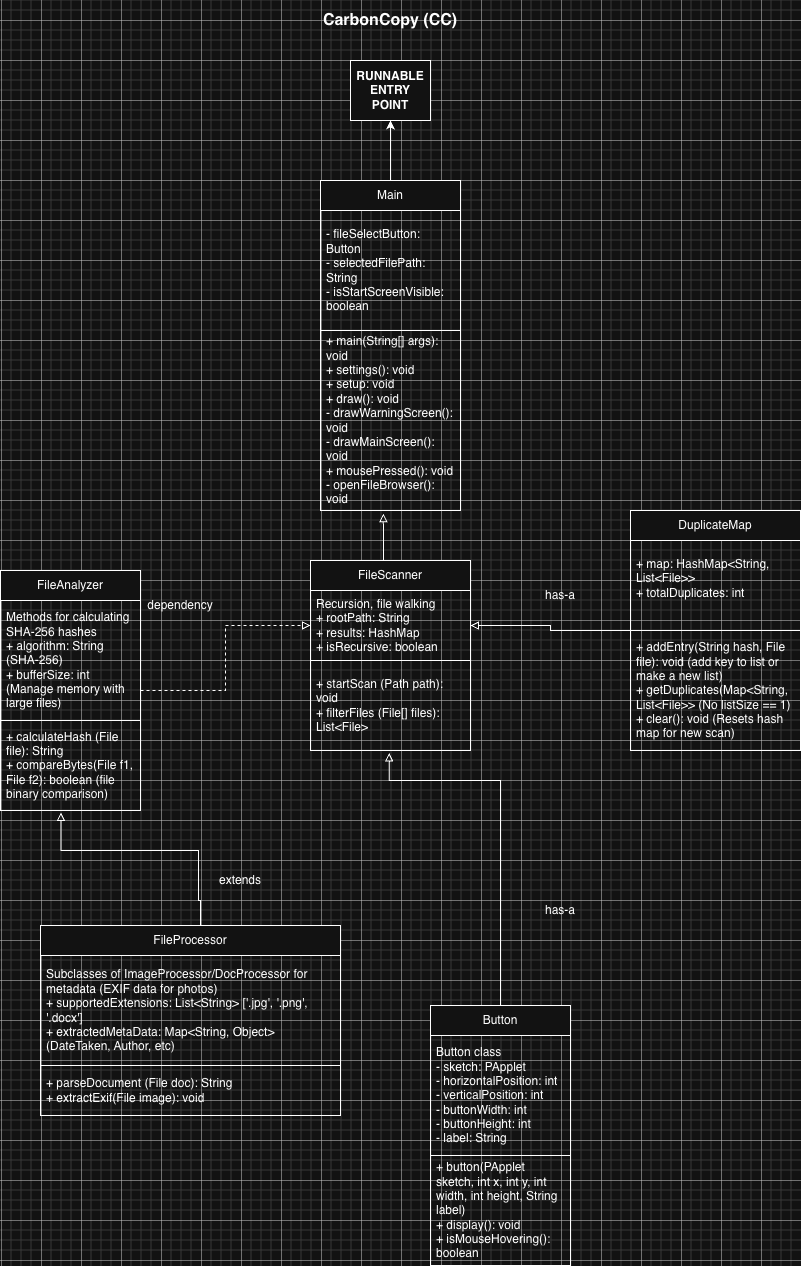
This is images/UML.png from CFlory-Programming/AdvProgrammingIndividualProject, a draw.io export, as it was before one commit. Source tidied: cells renumbered, new cells last; positions are measured from the earlier drawing's top-left corner, leaving out a move shared by most shapes.
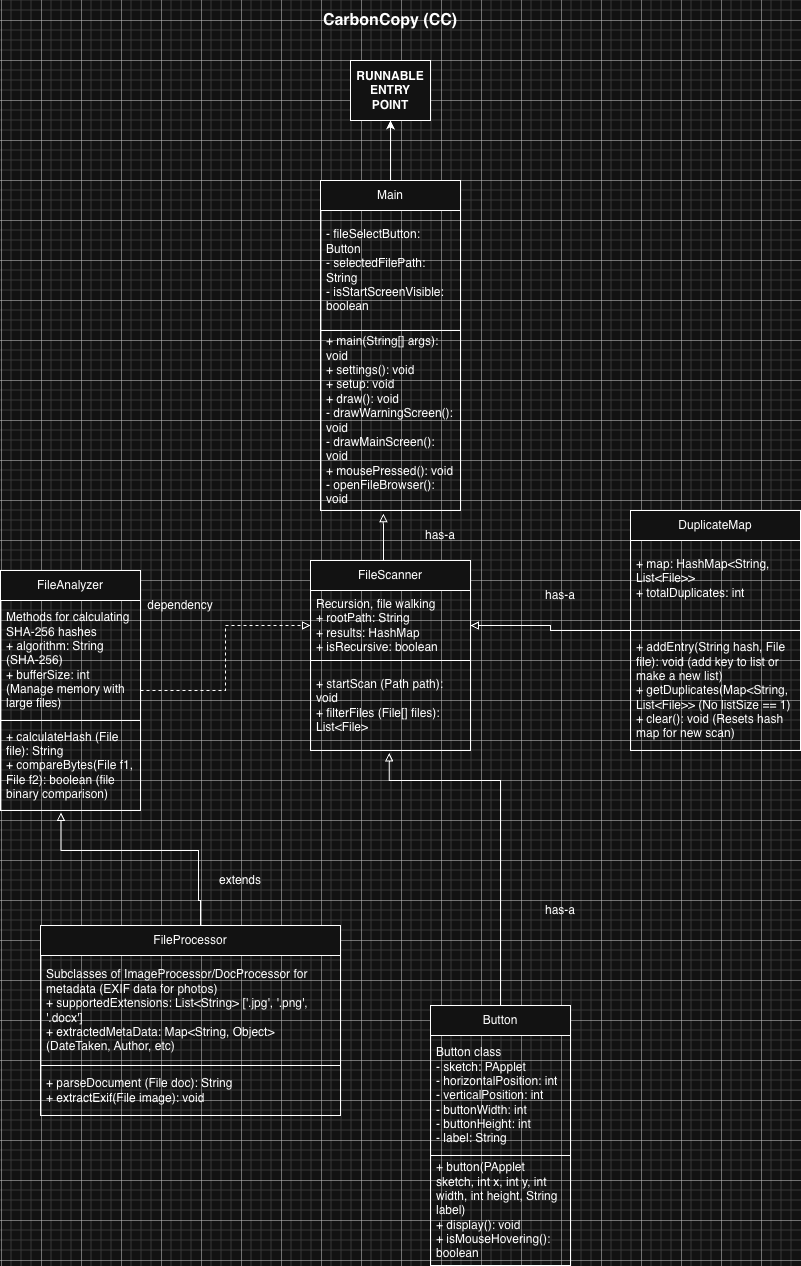
Later version of the same file.

The edit, as a diff of the source:
```diff
@@ -108,5 +108,8 @@
         </Array>
       </mxGeometry>
     </mxCell>
+    <mxCell id="32" value="has-a" style="text;html=1;whiteSpace=wrap;strokeColor=none;fillColor=none;align=center;verticalAlign=middle;rounded=0;" parent="1" vertex="1">
+      <mxGeometry x="410" y="520" width="60" height="30" as="geometry" />
+    </mxCell>
   </root>
 </mxGraphModel>
```
